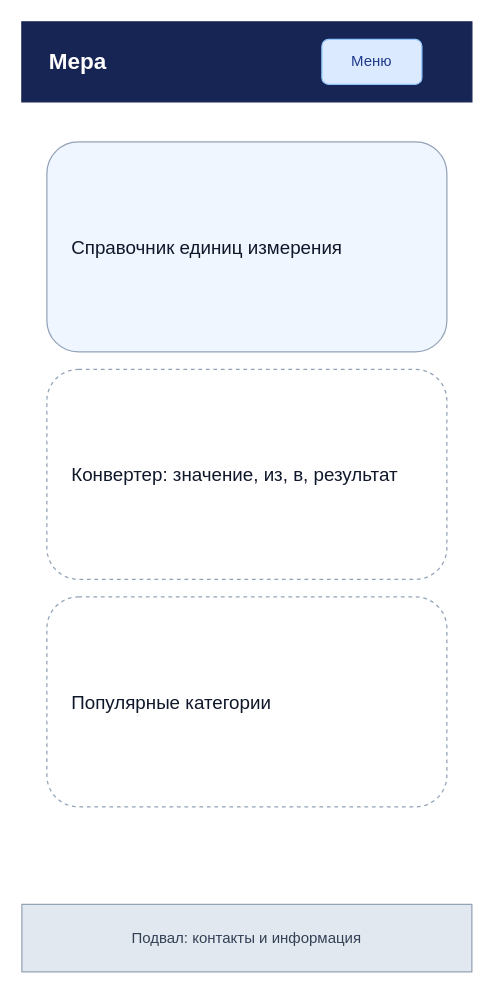
Anatoly-Sobolev/web keeps this draw.io diagram as page "Главная и конвертер — Mobile" (1 of 9) of design/prototypes.drawio. Above is the earlier version. Source tidied: cells renumbered, new cells numbered last; positions are measured from the earlier drawing's top-left corner, leaving out a move shared by most shapes. Both pictures are drawn from the tidied source at 125%, with x=0, y=0 at pixel (21, 21).
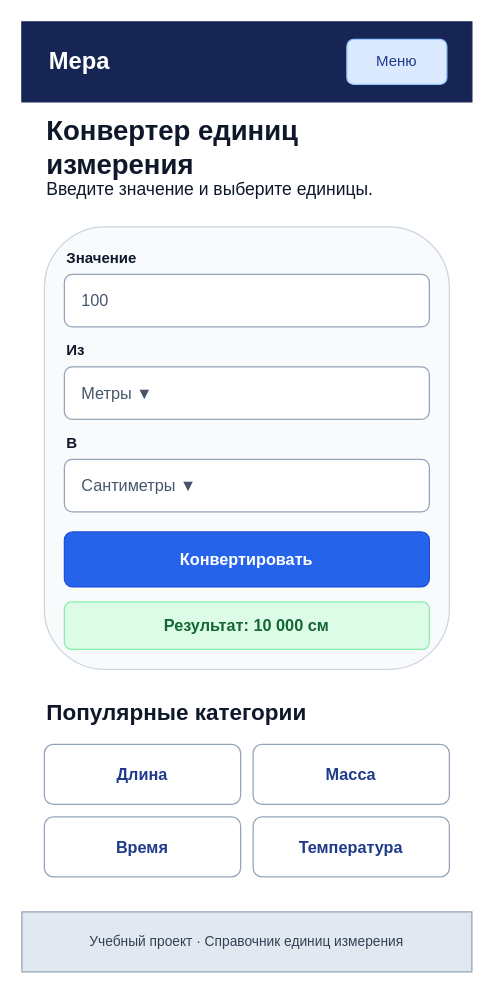
The same diagram, later.

Change to the diagram source:
```diff
@@
-    <mxCell id="2" value="Мера" style="rounded=0;whiteSpace=wrap;html=1;fillColor=#172554;fontColor=#ffffff;strokeColor=#172554;fontSize=18;fontStyle=1;align=left;spacingLeft=20;" parent="1" vertex="1">
+    <mxCell id="2" value="Мера" style="rounded=0;whiteSpace=wrap;html=1;fillColor=#172554;strokeColor=#172554;fontColor=#ffffff;fontSize=19;fontStyle=1;align=left;spacingLeft=20;" parent="1" vertex="1">
       <mxGeometry width="360" height="64" as="geometry" />
     </mxCell>
     <mxCell id="3" value="Меню" style="rounded=1;whiteSpace=wrap;html=1;fillColor=#dbeafe;strokeColor=#93c5fd;fontColor=#1e3a8a;fontSize=12;" parent="1" vertex="1">
-      <mxGeometry x="240" y="14" width="80" height="36" as="geometry" />
+      <mxGeometry x="260" y="14" width="80" height="36" as="geometry" />
     </mxCell>
-    <mxCell id="4" value="Справочник единиц измерения" style="rounded=1;whiteSpace=wrap;html=1;fillColor=#eff6ff;strokeColor=#94a3b8;fontColor=#0f172a;fontSize=15;align=left;verticalAlign=middle;spacingLeft=18;dashed=0;" parent="1" vertex="1">
-      <mxGeometry x="20" y="96" width="320" height="168" as="geometry" />
+    <mxCell id="4" value="Конвертер единиц измерения" style="text;html=1;strokeColor=none;fillColor=none;align=left;verticalAlign=middle;whiteSpace=wrap;fontSize=22;fontStyle=1;fontColor=#0f172a;" parent="1" vertex="1">
+      <mxGeometry x="18" y="82" width="324" height="38" as="geometry" />
     </mxCell>
-    <mxCell id="5" value="Конвертер: значение, из, в, результат" style="rounded=1;whiteSpace=wrap;html=1;fillColor=#ffffff;strokeColor=#94a3b8;fontColor=#0f172a;fontSize=15;align=left;verticalAlign=middle;spacingLeft=18;dashed=1;" parent="1" vertex="1">
-      <mxGeometry x="20" y="278" width="320" height="168" as="geometry" />
+    <mxCell id="5" value="Введите значение и выберите единицы." style="text;html=1;strokeColor=none;fillColor=none;align=left;verticalAlign=middle;whiteSpace=wrap;fontSize=14;fontStyle=0;fontColor=#0f172a;" parent="1" vertex="1">
+      <mxGeometry x="18" y="120" width="324" height="28" as="geometry" />
     </mxCell>
-    <mxCell id="6" value="Популярные категории" style="rounded=1;whiteSpace=wrap;html=1;fillColor=#ffffff;strokeColor=#94a3b8;fontColor=#0f172a;fontSize=15;align=left;verticalAlign=middle;spacingLeft=18;dashed=1;" parent="1" vertex="1">
-      <mxGeometry x="20" y="460" width="320" height="168" as="geometry" />
+    <mxCell id="6" style="rounded=1;whiteSpace=wrap;html=1;fillColor=#f8fafc;strokeColor=#cbd5e1;" parent="1" vertex="1">
+      <mxGeometry x="18" y="164" width="324" height="354" as="geometry" />
     </mxCell>
-    <mxCell id="7" value="Подвал: контакты и информация" style="rounded=0;whiteSpace=wrap;html=1;fillColor=#e2e8f0;strokeColor=#94a3b8;fontColor=#334155;fontSize=12;" parent="1" vertex="1">
-      <mxGeometry y="706" width="360" height="54" as="geometry" />
+    <mxCell id="7" value="Значение" style="text;html=1;strokeColor=none;fillColor=none;align=left;verticalAlign=middle;whiteSpace=wrap;fontSize=12;fontStyle=1;fontColor=#0f172a;" parent="1" vertex="1">
+      <mxGeometry x="34" y="178" width="292" height="22" as="geometry" />
     </mxCell>
+    <mxCell id="8" value="100" style="rounded=1;whiteSpace=wrap;html=1;fillColor=#ffffff;strokeColor=#94a3b8;fontColor=#475569;align=left;spacingLeft=12;fontSize=13;" parent="1" vertex="1">
+      <mxGeometry x="34" y="202" width="292" height="42" as="geometry" />
+    </mxCell>
+    <mxCell id="9" value="Из" style="text;html=1;strokeColor=none;fillColor=none;align=left;verticalAlign=middle;whiteSpace=wrap;fontSize=12;fontStyle=1;fontColor=#0f172a;" parent="1" vertex="1">
+      <mxGeometry x="34" y="252" width="292" height="22" as="geometry" />
+    </mxCell>
+    <mxCell id="10" value="Метры ▼" style="rounded=1;whiteSpace=wrap;html=1;fillColor=#ffffff;strokeColor=#94a3b8;fontColor=#475569;align=left;spacingLeft=12;fontSize=13;" parent="1" vertex="1">
+      <mxGeometry x="34" y="276" width="292" height="42" as="geometry" />
+    </mxCell>
+    <mxCell id="11" value="В" style="text;html=1;strokeColor=none;fillColor=none;align=left;verticalAlign=middle;whiteSpace=wrap;fontSize=12;fontStyle=1;fontColor=#0f172a;" parent="1" vertex="1">
+      <mxGeometry x="34" y="326" width="292" height="22" as="geometry" />
+    </mxCell>
+    <mxCell id="12" value="Сантиметры ▼" style="rounded=1;whiteSpace=wrap;html=1;fillColor=#ffffff;strokeColor=#94a3b8;fontColor=#475569;align=left;spacingLeft=12;fontSize=13;" parent="1" vertex="1">
+      <mxGeometry x="34" y="350" width="292" height="42" as="geometry" />
+    </mxCell>
+    <mxCell id="13" value="Конвертировать" style="rounded=1;whiteSpace=wrap;html=1;fillColor=#2563eb;strokeColor=#1d4ed8;fontColor=#ffffff;fontStyle=1;fontSize=13;" parent="1" vertex="1">
+      <mxGeometry x="34" y="408" width="292" height="44" as="geometry" />
+    </mxCell>
+    <mxCell id="14" value="Результат: 10 000 см" style="rounded=1;whiteSpace=wrap;html=1;fillColor=#dcfce7;strokeColor=#86efac;fontColor=#166534;fontStyle=1;fontSize=13;" parent="1" vertex="1">
+      <mxGeometry x="34" y="464" width="292" height="38" as="geometry" />
+    </mxCell>
+    <mxCell id="15" value="Популярные категории" style="text;html=1;strokeColor=none;fillColor=none;align=left;verticalAlign=middle;whiteSpace=wrap;fontSize=18;fontStyle=1;fontColor=#0f172a;" parent="1" vertex="1">
+      <mxGeometry x="18" y="538" width="324" height="30" as="geometry" />
+    </mxCell>
+    <mxCell id="16" value="Длина" style="rounded=1;whiteSpace=wrap;html=1;fillColor=#ffffff;strokeColor=#94a3b8;fontColor=#1e3a8a;fontStyle=1;fontSize=13;" parent="1" vertex="1">
+      <mxGeometry x="18" y="578" width="157" height="48" as="geometry" />
+    </mxCell>
+    <mxCell id="17" value="Масса" style="rounded=1;whiteSpace=wrap;html=1;fillColor=#ffffff;strokeColor=#94a3b8;fontColor=#1e3a8a;fontStyle=1;fontSize=13;" parent="1" vertex="1">
+      <mxGeometry x="185" y="578" width="157" height="48" as="geometry" />
+    </mxCell>
+    <mxCell id="18" value="Время" style="rounded=1;whiteSpace=wrap;html=1;fillColor=#ffffff;strokeColor=#94a3b8;fontColor=#1e3a8a;fontStyle=1;fontSize=13;" parent="1" vertex="1">
+      <mxGeometry x="18" y="636" width="157" height="48" as="geometry" />
+    </mxCell>
+    <mxCell id="19" value="Температура" style="rounded=1;whiteSpace=wrap;html=1;fillColor=#ffffff;strokeColor=#94a3b8;fontColor=#1e3a8a;fontStyle=1;fontSize=13;" parent="1" vertex="1">
+      <mxGeometry x="185" y="636" width="157" height="48" as="geometry" />
+    </mxCell>
+    <mxCell id="20" value="Учебный проект · Справочник единиц измерения" style="rounded=0;whiteSpace=wrap;html=1;fillColor=#e2e8f0;strokeColor=#94a3b8;fontColor=#334155;fontSize=11;" parent="1" vertex="1">
+      <mxGeometry y="712" width="360" height="48" as="geometry" />
+    </mxCell>
```
